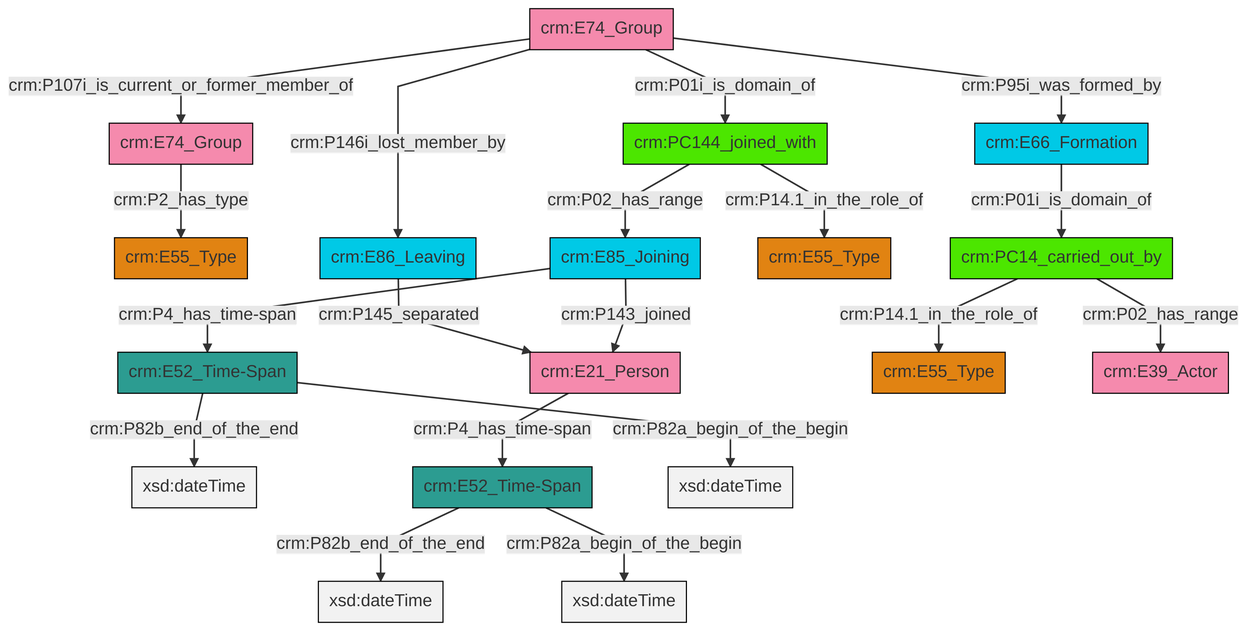
Earlier version of the Mermaid export et/groupCSV/ttl/mmd/png/group_actor_relations.png (swiss-art-research-net/reference-data-models). Its source is kept beside it as et/groupCSV/ttl/mmd/group_actor_relations.ttl.mmd.
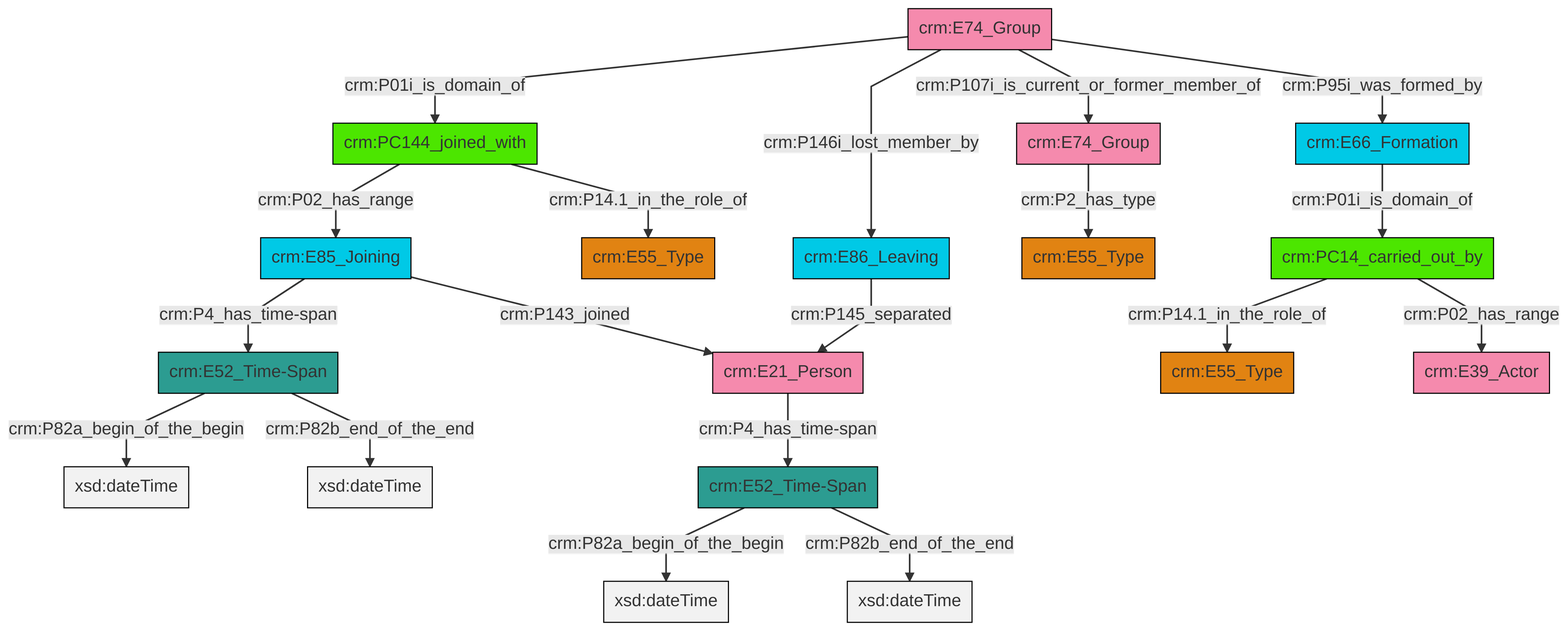
Later version of the same file.

The edit, as a diff of the source:
```diff
@@ -13,21 +13,21 @@
 classDef PC_Classes fill:#4ce600, stroke:#000000;
 classDef Multi fill:#cccccc,stroke:#000000;
 
-2["crm:E52_Time-Span"]:::Time-Span -->|crm:P82b_end_of_the_end| 3[xsd:dateTime]:::Literal
-5["crm:E52_Time-Span"]:::Time-Span -->|crm:P82b_end_of_the_end| 6[xsd:dateTime]:::Literal
-7["crm:E21_Person"]:::Actor -->|crm:P4_has_time-span| 5["crm:E52_Time-Span"]:::Time-Span
-10["crm:E86_Leaving"]:::Temporal_Entity -->|crm:P145_separated| 7["crm:E21_Person"]:::Actor
-22["crm:PC144_joined_with"]:::PC_Classes -->|crm:P02_has_range| 14["crm:E85_Joining"]:::Temporal_Entity
-24["crm:PC14_carried_out_by"]:::PC_Classes -->|crm:P14.1_in_the_role_of| 8["crm:E55_Type"]:::Type
-18["crm:E66_Formation"]:::Temporal_Entity -->|crm:P01i_is_domain_of| 24["crm:PC14_carried_out_by"]:::PC_Classes
-14["crm:E85_Joining"]:::Temporal_Entity -->|crm:P4_has_time-span| 2["crm:E52_Time-Span"]:::Time-Span
-24["crm:PC14_carried_out_by"]:::PC_Classes -->|crm:P02_has_range| 27["crm:E39_Actor"]:::Actor
-2["crm:E52_Time-Span"]:::Time-Span -->|crm:P82a_begin_of_the_begin| 28[xsd:dateTime]:::Literal
-16["crm:E74_Group"]:::Actor -->|crm:P146i_lost_member_by| 10["crm:E86_Leaving"]:::Temporal_Entity
-16["crm:E74_Group"]:::Actor -->|crm:P95i_was_formed_by| 18["crm:E66_Formation"]:::Temporal_Entity
-5["crm:E52_Time-Span"]:::Time-Span -->|crm:P82a_begin_of_the_begin| 31[xsd:dateTime]:::Literal
-14["crm:E85_Joining"]:::Temporal_Entity -->|crm:P143_joined| 7["crm:E21_Person"]:::Actor
-16["crm:E74_Group"]:::Actor -->|crm:P107i_is_current_or_former_member_of| 12["crm:E74_Group"]:::Actor
-22["crm:PC144_joined_with"]:::PC_Classes -->|crm:P14.1_in_the_role_of| 20["crm:E55_Type"]:::Type
-12["crm:E74_Group"]:::Actor -->|crm:P2_has_type| 0["crm:E55_Type"]:::Type
-16["crm:E74_Group"]:::Actor -->|crm:P01i_is_domain_of| 22["crm:PC144_joined_with"]:::PC_Classes
+4["crm:E74_Group"]:::Actor -->|crm:P01i_is_domain_of| 0["crm:PC144_joined_with"]:::PC_Classes
+5["crm:E86_Leaving"]:::Temporal_Entity -->|crm:P145_separated| 6["crm:E21_Person"]:::Actor
+9["crm:E52_Time-Span"]:::Time-Span -->|crm:P82a_begin_of_the_begin| 10[xsd:dateTime]:::Literal
+6["crm:E21_Person"]:::Actor -->|crm:P4_has_time-span| 11["crm:E52_Time-Span"]:::Time-Span
+14["crm:E66_Formation"]:::Temporal_Entity -->|crm:P01i_is_domain_of| 15["crm:PC14_carried_out_by"]:::PC_Classes
+4["crm:E74_Group"]:::Actor -->|crm:P146i_lost_member_by| 5["crm:E86_Leaving"]:::Temporal_Entity
+4["crm:E74_Group"]:::Actor -->|crm:P107i_is_current_or_former_member_of| 16["crm:E74_Group"]:::Actor
+4["crm:E74_Group"]:::Actor -->|crm:P95i_was_formed_by| 14["crm:E66_Formation"]:::Temporal_Entity
+2["crm:E85_Joining"]:::Temporal_Entity -->|crm:P4_has_time-span| 9["crm:E52_Time-Span"]:::Time-Span
+16["crm:E74_Group"]:::Actor -->|crm:P2_has_type| 7["crm:E55_Type"]:::Type
+0["crm:PC144_joined_with"]:::PC_Classes -->|crm:P02_has_range| 2["crm:E85_Joining"]:::Temporal_Entity
+0["crm:PC144_joined_with"]:::PC_Classes -->|crm:P14.1_in_the_role_of| 12["crm:E55_Type"]:::Type
+15["crm:PC14_carried_out_by"]:::PC_Classes -->|crm:P14.1_in_the_role_of| 19["crm:E55_Type"]:::Type
+15["crm:PC14_carried_out_by"]:::PC_Classes -->|crm:P02_has_range| 26["crm:E39_Actor"]:::Actor
+2["crm:E85_Joining"]:::Temporal_Entity -->|crm:P143_joined| 6["crm:E21_Person"]:::Actor
+9["crm:E52_Time-Span"]:::Time-Span -->|crm:P82b_end_of_the_end| 28[xsd:dateTime]:::Literal
+11["crm:E52_Time-Span"]:::Time-Span -->|crm:P82a_begin_of_the_begin| 32[xsd:dateTime]:::Literal
+11["crm:E52_Time-Span"]:::Time-Span -->|crm:P82b_end_of_the_end| 34[xsd:dateTime]:::Literal
```
